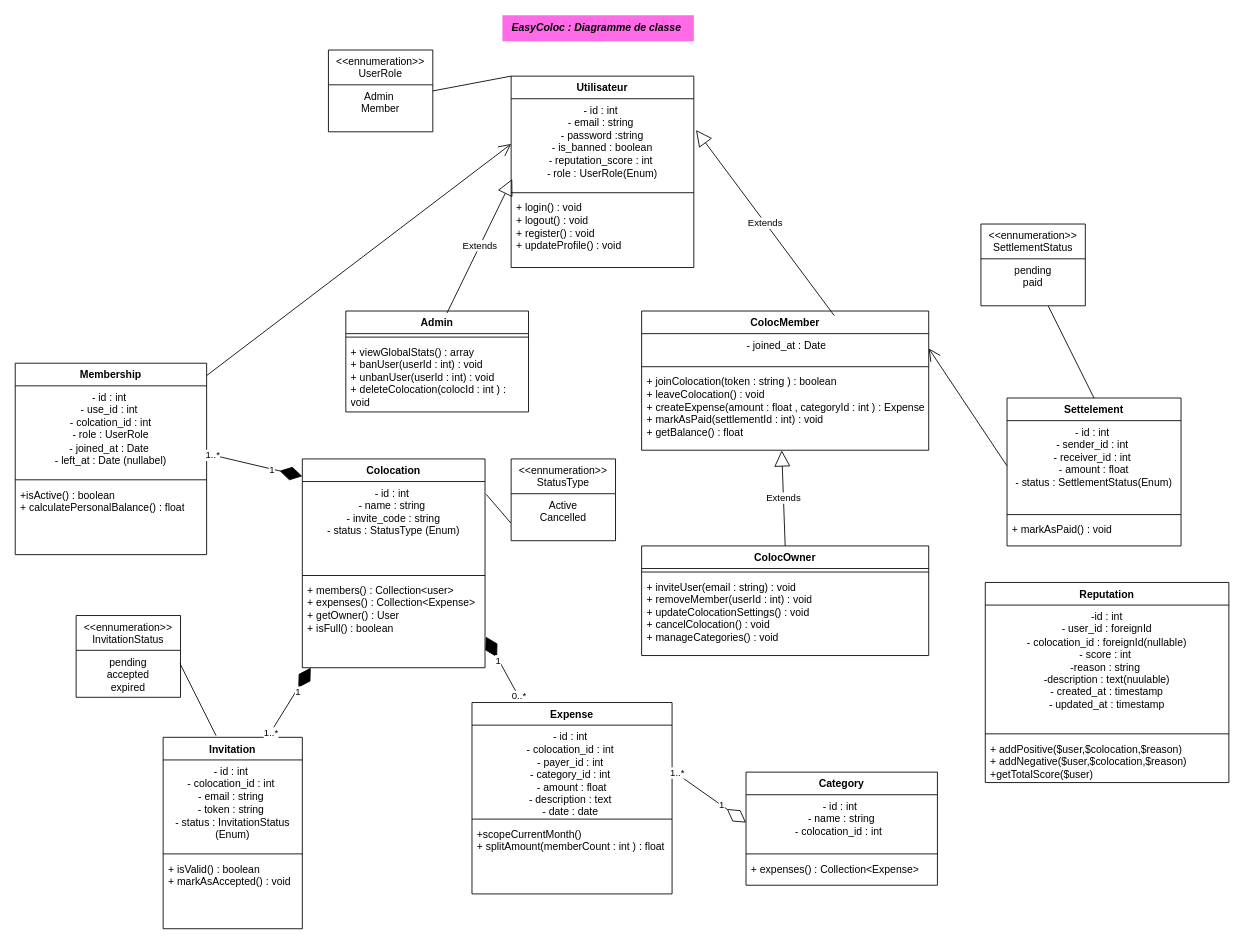
This is umlDiagram.drawio from 10LOKI/EasyColoc, a draw.io file, before an edit. Source tidied: cells renumbered, new cells numbered last; positions are measured from the earlier drawing's top-left corner, leaving out a move shared by most shapes. Both pictures are drawn from the tidied source at 87%, with x=0, y=0 at pixel (15, 15).
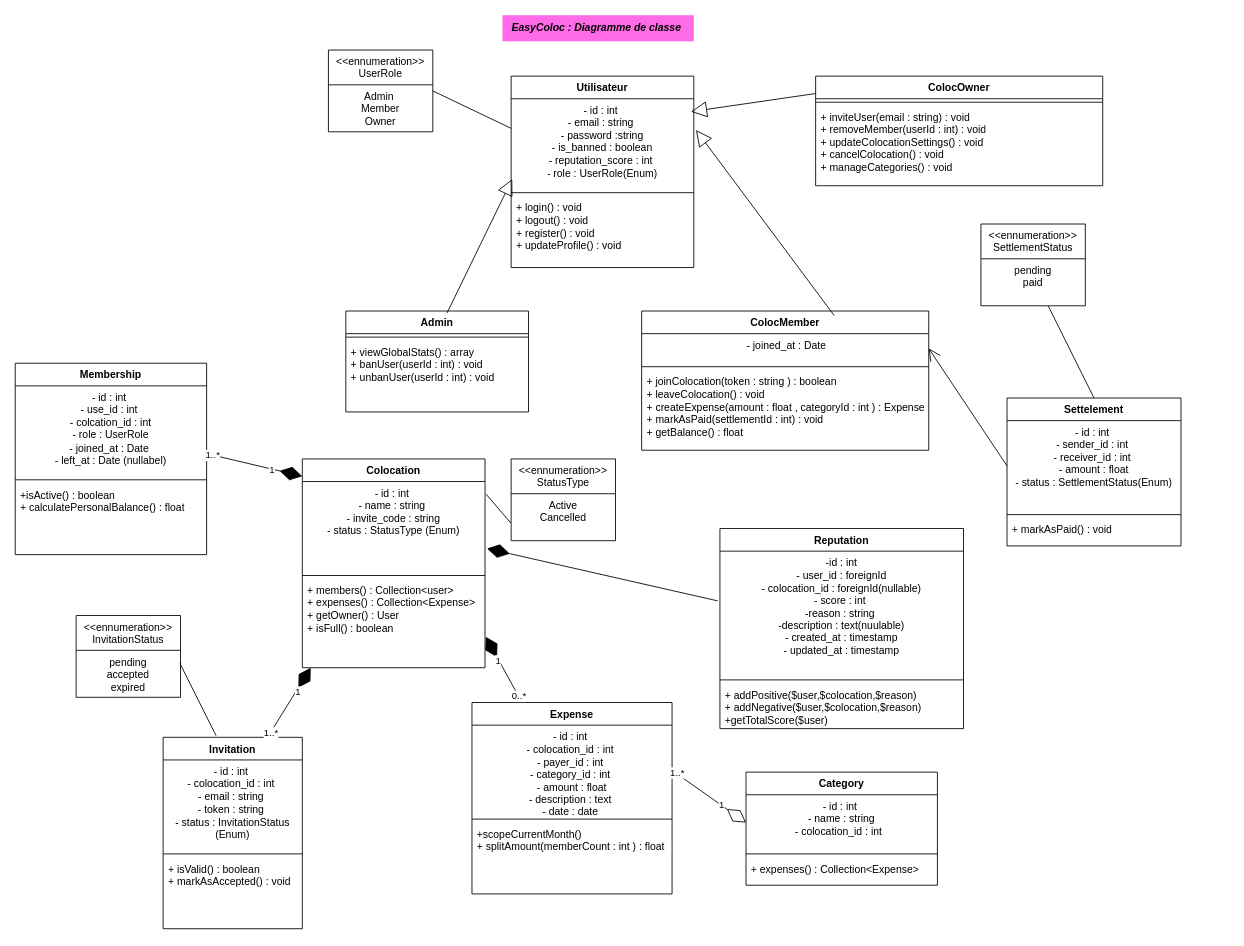
After the change.

The change refers to these unchanged cells:
```xml
<mxCell id="3" value="Utilisateur" style="swimlane;fontStyle=1;align=center;verticalAlign=top;horizontal=1;startSize=26;whiteSpace=wrap;html=1;" parent="1" vertex="1">
  <mxGeometry x="570" y="70" width="210" height="220" as="geometry" />
</mxCell>
<mxCell id="4" value="- id : int&amp;nbsp;&lt;br&gt;- email : string&amp;nbsp;&lt;br&gt;- password :string&lt;br&gt;- is_banned : boolean&lt;br&gt;- reputation_score : int&amp;nbsp;&lt;br&gt;- role : UserRole(Enum)" style="text;strokeColor=none;fillColor=none;align=center;verticalAlign=top;spacingLeft=4;spacingRight=4;overflow=hidden;points=[[0,0.5],[1,0.5]];portConstraint=eastwest;whiteSpace=wrap;html=1;" parent="3" vertex="1">
  <mxGeometry y="26" width="210" height="104" as="geometry" />
</mxCell>
<mxCell id="8" value="- id : int&amp;nbsp;&lt;br&gt;- name : string&amp;nbsp;&lt;br&gt;- invite_code : string&lt;br&gt;- status : StatusType (Enum)" style="text;strokeColor=none;fillColor=none;align=center;verticalAlign=top;spacingLeft=4;spacingRight=4;overflow=hidden;points=[[0,0.5],[1,0.5]];portConstraint=eastwest;whiteSpace=wrap;html=1;" parent="7" vertex="1">
  <mxGeometry y="26" width="210" height="104" as="geometry" />
</mxCell>
<mxCell id="11" value="Membership" style="swimlane;fontStyle=1;align=center;verticalAlign=top;horizontal=1;startSize=26;whiteSpace=wrap;html=1;" parent="1" vertex="1">
  <mxGeometry y="400" width="220" height="220" as="geometry" />
</mxCell>
<mxCell id="31" value="&lt;span style=&quot;color: rgb(0, 0, 0); font-weight: 400;&quot;&gt;&amp;lt;&amp;lt;ennumeration&amp;gt;&amp;gt;&lt;br&gt;UserRole&lt;/span&gt;" style="swimlane;fontStyle=1;align=center;verticalAlign=top;horizontal=1;startSize=40;whiteSpace=wrap;html=1;" parent="1" vertex="1">
  <mxGeometry x="360" y="40" width="120" height="94" as="geometry" />
</mxCell>
<mxCell id="39" value="Admin" style="swimlane;fontStyle=1;align=center;verticalAlign=top;horizontal=1;startSize=26;whiteSpace=wrap;html=1;" parent="1" vertex="1">
  <mxGeometry x="380" y="340" width="210" height="116" as="geometry" />
</mxCell>
<mxCell id="42" value="ColocMember" style="swimlane;fontStyle=1;align=center;verticalAlign=top;horizontal=1;startSize=26;whiteSpace=wrap;html=1;" parent="1" vertex="1">
  <mxGeometry x="720" y="340" width="330" height="160" as="geometry" />
</mxCell>
<mxCell id="45" value="+ joinColocation(token : string ) : boolean&lt;br&gt;+ leaveColocation() : void&lt;br&gt;+ createExpense(amount : float , categoryId : int ) : Expense&lt;br&gt;+ markAsPaid(settlementId : int) : void&lt;br&gt;+ getBalance() : float" style="text;strokeColor=none;fillColor=none;align=left;verticalAlign=top;spacingLeft=4;spacingRight=4;overflow=hidden;points=[[0,0.5],[1,0.5]];portConstraint=eastwest;whiteSpace=wrap;html=1;" parent="42" vertex="1">
  <mxGeometry y="68" width="330" height="92" as="geometry" />
</mxCell>
<mxCell id="71" value="-id : int&lt;br&gt;- user_id : foreignId&lt;br&gt;- colocation_id : foreignId(nullable)&lt;br&gt;- score : int&amp;nbsp;&lt;br&gt;-reason : string&amp;nbsp;&lt;br&gt;-description : text(nuulable)&lt;br&gt;- created_at : timestamp&lt;br&gt;- updated_at : timestamp" style="text;strokeColor=none;fillColor=none;align=center;verticalAlign=top;spacingLeft=4;spacingRight=4;overflow=hidden;points=[[0,0.5],[1,0.5]];portConstraint=eastwest;whiteSpace=wrap;html=1;" parent="70" vertex="1">
  <mxGeometry y="26" width="280" height="144" as="geometry" />
</mxCell>
```

What changed in the source:
```diff
@@
-    <mxCell id="32" value="Admin&amp;nbsp;&lt;br&gt;Member" style="text;strokeColor=none;fillColor=none;align=center;verticalAlign=top;spacingLeft=4;spacingRight=4;overflow=hidden;whiteSpace=wrap;html=1;" parent="31" vertex="1">
+    <mxCell id="32" value="Admin&amp;nbsp;&lt;br&gt;Member&lt;br&gt;Owner" style="text;strokeColor=none;fillColor=none;align=center;verticalAlign=top;spacingLeft=4;spacingRight=4;overflow=hidden;whiteSpace=wrap;html=1;" parent="31" vertex="1">
       <mxGeometry y="40" width="120" height="54" as="geometry" />
     </mxCell>
@@
-    <mxCell id="41" value="+ viewGlobalStats() : array&lt;div&gt;+ banUser(userId : int) : void&lt;br&gt;+ unbanUser(userId : int) : void&lt;br&gt;+ deleteColocation(colocId : int ) : void&lt;/div&gt;" style="text;strokeColor=none;fillColor=none;align=left;verticalAlign=top;spacingLeft=4;spacingRight=4;overflow=hidden;whiteSpace=wrap;html=1;" parent="39" vertex="1">
+    <mxCell id="41" value="+ viewGlobalStats() : array&lt;div&gt;+ banUser(userId : int) : void&lt;br&gt;+ unbanUser(userId : int) : void&lt;br&gt;&lt;/div&gt;" style="text;strokeColor=none;fillColor=none;align=left;verticalAlign=top;spacingLeft=4;spacingRight=4;overflow=hidden;whiteSpace=wrap;html=1;" parent="39" vertex="1">
       <mxGeometry y="34" width="210" height="82" as="geometry" />
     </mxCell>
@@
     <mxCell id="46" value="ColocOwner" style="swimlane;fontStyle=1;align=center;verticalAlign=top;horizontal=1;startSize=26;whiteSpace=wrap;html=1;" parent="1" vertex="1">
-      <mxGeometry x="720" y="610" width="330" height="126" as="geometry" />
+      <mxGeometry x="920" y="70" width="330" height="126" as="geometry" />
     </mxCell>
@@
-    <mxCell id="49" style="endArrow=none;html=1;entryX=0;entryY=0;entryDx=0;entryDy=0;exitX=1;exitY=0.5;exitDx=0;exitDy=0;" parent="1" edge="1" source="31" target="3">
+    <mxCell id="49" style="endArrow=none;html=1;entryX=0;entryY=0.327;entryDx=0;entryDy=0;exitX=1;exitY=0.5;exitDx=0;exitDy=0;entryPerimeter=0;" parent="1" edge="1" source="31" target="4">
       <mxGeometry relative="1" as="geometry" />
     </mxCell>
-    <mxCell id="50" value="Extends" style="endArrow=block;endSize=16;endFill=0;html=1;exitX=0.554;exitY=0.019;exitDx=0;exitDy=0;exitPerimeter=0;entryX=0.006;entryY=0.888;entryDx=0;entryDy=0;entryPerimeter=0;" parent="1" edge="1" source="39" target="4">
+    <mxCell id="50" style="endArrow=block;endSize=16;endFill=0;html=1;exitX=0.554;exitY=0.019;exitDx=0;exitDy=0;exitPerimeter=0;entryX=0.006;entryY=0.888;entryDx=0;entryDy=0;entryPerimeter=0;" parent="1" edge="1" source="39" target="4">
       <mxGeometry relative="1" as="geometry" />
     </mxCell>
-    <mxCell id="51" value="Extends" style="endArrow=block;endSize=16;endFill=0;html=1;exitX=0.671;exitY=0.033;exitDx=0;exitDy=0;exitPerimeter=0;entryX=1.012;entryY=0.346;entryDx=0;entryDy=0;entryPerimeter=0;" parent="1" edge="1" source="42" target="4">
+    <mxCell id="51" style="endArrow=block;endSize=16;endFill=0;html=1;exitX=0.671;exitY=0.033;exitDx=0;exitDy=0;exitPerimeter=0;entryX=1.012;entryY=0.346;entryDx=0;entryDy=0;entryPerimeter=0;" parent="1" edge="1" source="42" target="4">
       <mxGeometry relative="1" as="geometry" />
     </mxCell>
-    <mxCell id="52" value="Extends" style="endArrow=block;endSize=16;endFill=0;html=1;exitX=0.5;exitY=0;exitDx=0;exitDy=0;entryX=0.488;entryY=1.002;entryDx=0;entryDy=0;entryPerimeter=0;" parent="1" edge="1" source="46" target="45">
-      <mxGeometry relative="1" as="geometry" />
+    <mxCell id="52" style="endArrow=block;endSize=16;endFill=0;html=1;entryX=0.984;entryY=0.143;entryDx=0;entryDy=0;entryPerimeter=0;" parent="1" edge="1" target="4">
+      <mxGeometry relative="1" as="geometry">
+        <mxPoint x="920" y="90" as="sourcePoint" />
+      </mxGeometry>
     </mxCell>
@@
-    <mxCell id="62" style="endArrow=open;endFill=1;endSize=12;html=1;entryX=0;entryY=0.5;entryDx=0;entryDy=0;exitX=1.002;exitY=0.063;exitDx=0;exitDy=0;exitPerimeter=0;" parent="1" edge="1" source="11" target="4">
-      <mxGeometry relative="1" as="geometry" />
-    </mxCell>
@@
     <mxCell id="70" value="Reputation" style="swimlane;fontStyle=1;align=center;verticalAlign=top;horizontal=1;startSize=26;whiteSpace=wrap;html=1;" parent="1" vertex="1">
-      <mxGeometry x="1115" y="652" width="280" height="230" as="geometry" />
+      <mxGeometry x="810" y="590" width="280" height="230" as="geometry" />
     </mxCell>
@@
+    <mxCell id="74" style="endArrow=diamondThin;endFill=1;endSize=24;html=1;entryX=1.011;entryY=0.74;entryDx=0;entryDy=0;entryPerimeter=0;exitX=-0.009;exitY=0.397;exitDx=0;exitDy=0;exitPerimeter=0;" parent="1" edge="1" source="71" target="8">
+      <mxGeometry relative="1" as="geometry" />
+    </mxCell>
```
